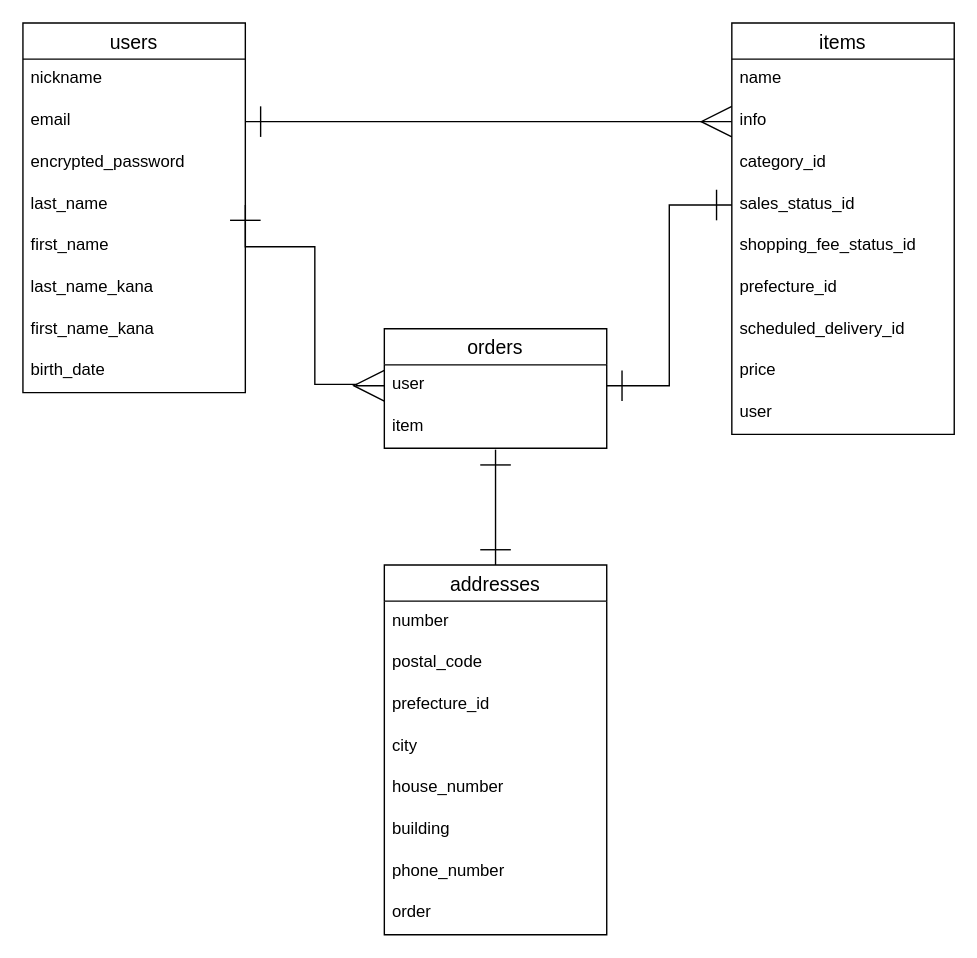
This is furima-32459.dio from kazuki0925/furima-32459, a draw.io file, before an edit. Source tidied: cells renumbered, new cells numbered last; positions are measured from the earlier drawing's top-left corner, leaving out a move shared by most shapes. Both pictures are drawn from the tidied source at 139%, with x=0, y=0 at pixel (22, 22).
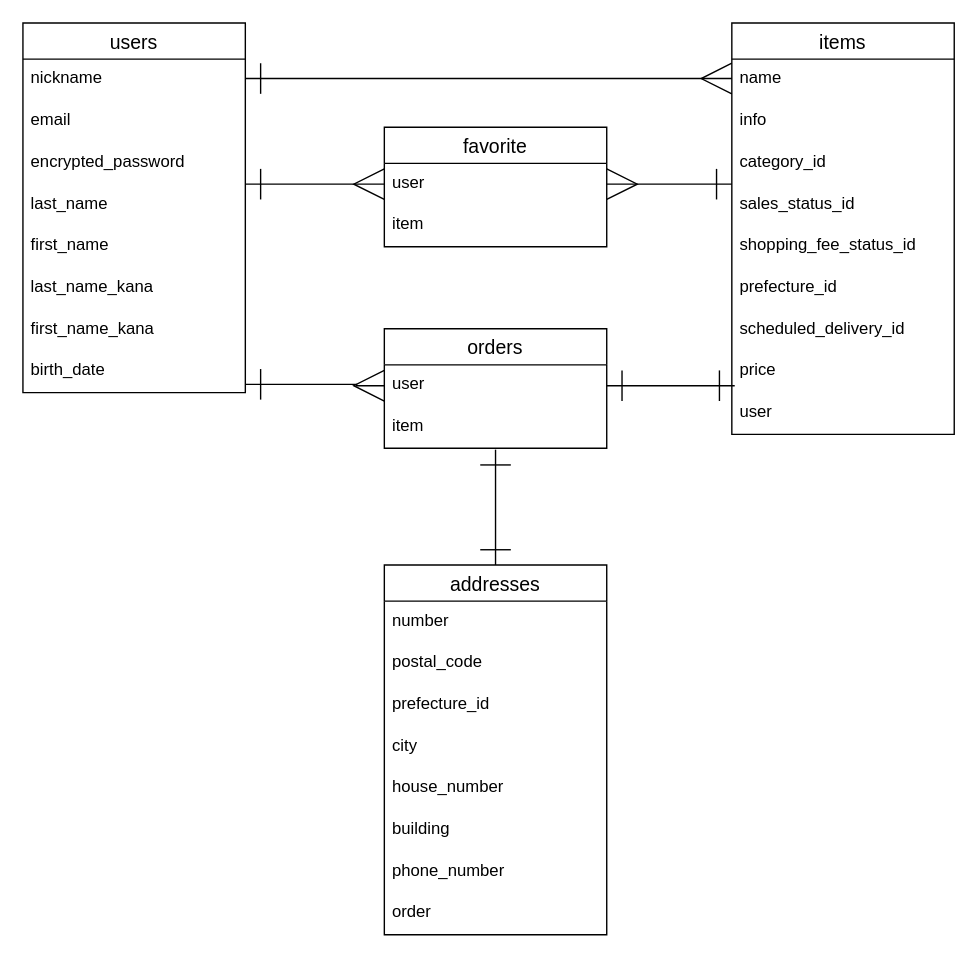
The same diagram, later.

The change refers to these unchanged cells:
```xml
<mxCell id="4" value="email" style="text;strokeColor=none;fillColor=none;spacingLeft=4;spacingRight=4;overflow=hidden;points=[[0,0.5],[1,0.5]];portConstraint=eastwest;fontSize=12;" parent="2" vertex="1">
  <mxGeometry y="56" width="160" height="30" as="geometry" />
</mxCell>
<mxCell id="6" value="last_name" style="text;strokeColor=none;fillColor=none;spacingLeft=4;spacingRight=4;overflow=hidden;points=[[0,0.5],[1,0.5]];portConstraint=eastwest;fontSize=12;" parent="2" vertex="1">
  <mxGeometry y="116" width="160" height="30" as="geometry" />
</mxCell>
<mxCell id="15" value="sales_status_id" style="text;strokeColor=none;fillColor=none;spacingLeft=4;spacingRight=4;overflow=hidden;points=[[0,0.5],[1,0.5]];portConstraint=eastwest;fontSize=12;" parent="11" vertex="1">
  <mxGeometry y="116" width="160" height="30" as="geometry" />
</mxCell>
<mxCell id="20" value="user" style="text;strokeColor=none;fillColor=none;spacingLeft=4;spacingRight=4;overflow=hidden;points=[[0,0.5],[1,0.5]];portConstraint=eastwest;fontSize=12;" parent="11" vertex="1">
  <mxGeometry y="266" width="160" height="30" as="geometry" />
</mxCell>
<mxCell id="33" value="user" style="text;strokeColor=none;fillColor=none;spacingLeft=4;spacingRight=4;overflow=hidden;points=[[0,0.5],[1,0.5]];portConstraint=eastwest;fontSize=12;" parent="32" vertex="1">
  <mxGeometry y="26" width="160" height="30" as="geometry" />
</mxCell>
```

Diff of the diagram source:
```diff
@@
-    <mxCell id="31" style="edgeStyle=orthogonalEdgeStyle;rounded=0;jettySize=auto;html=1;startArrow=ERmany;startFill=0;startSize=20;endArrow=ERone;endFill=0;endSize=20;strokeWidth=1;entryX=1;entryY=0.5;entryDx=0;entryDy=0;exitX=0;exitY=0.5;exitDx=0;exitDy=0;" parent="1" edge="1" source="33" target="6">
+    <mxCell id="31" style="edgeStyle=orthogonalEdgeStyle;rounded=0;jettySize=auto;html=1;startArrow=ERmany;startFill=0;startSize=20;endArrow=ERone;endFill=0;endSize=20;strokeWidth=1;exitX=0;exitY=0.5;exitDx=0;exitDy=0;" parent="1" edge="1" source="33">
       <mxGeometry relative="1" as="geometry">
+        <mxPoint x="160" y="260" as="targetPoint" />
         <Array as="points">
           <mxPoint x="240" y="261" />
           <mxPoint x="240" y="260" />
-          <mxPoint x="210" y="260" />
-          <mxPoint x="210" y="161" />
+          <mxPoint x="160" y="260" />
         </Array>
       </mxGeometry>
     </mxCell>
@@
-    <mxCell id="35" style="edgeStyle=orthogonalEdgeStyle;rounded=0;jettySize=auto;html=1;exitX=1;exitY=0.5;exitDx=0;exitDy=0;entryX=0;entryY=0.5;entryDx=0;entryDy=0;endArrow=ERmany;endFill=0;strokeWidth=1;endSize=20;startArrow=ERone;startFill=0;startSize=20;" parent="1" edge="1" source="4">
+    <mxCell id="35" style="edgeStyle=orthogonalEdgeStyle;rounded=0;orthogonalLoop=1;jettySize=auto;html=1;endArrow=ERmany;endFill=0;strokeWidth=1;endSize=20;startArrow=ERone;startFill=0;startSize=20;" parent="1" edge="1">
       <mxGeometry relative="1" as="geometry">
-        <mxPoint x="510" y="71" as="targetPoint" />
+        <mxPoint x="160" y="40" as="sourcePoint" />
+        <mxPoint x="510" y="40" as="targetPoint" />
+        <Array as="points">
+          <mxPoint x="160" y="40" />
+          <mxPoint x="510" y="40" />
+        </Array>
       </mxGeometry>
     </mxCell>
-    <mxCell id="36" style="edgeStyle=orthogonalEdgeStyle;rounded=0;jettySize=auto;html=1;exitX=1;exitY=0.5;exitDx=0;exitDy=0;entryX=0;entryY=0.5;entryDx=0;entryDy=0;startArrow=ERone;startFill=0;startSize=20;endArrow=ERone;endFill=0;endSize=20;strokeWidth=1;" parent="1" edge="1" source="33" target="15">
+    <mxCell id="36" style="edgeStyle=orthogonalEdgeStyle;rounded=0;jettySize=auto;html=1;exitX=1;exitY=0.5;exitDx=0;exitDy=0;entryX=0.013;entryY=-0.167;entryDx=0;entryDy=0;startArrow=ERone;startFill=0;startSize=20;endArrow=ERone;endFill=0;endSize=20;strokeWidth=1;entryPerimeter=0;" parent="1" edge="1" source="33" target="20">
       <mxGeometry relative="1" as="geometry" />
     </mxCell>
+    <mxCell id="37" value="favorite" style="swimlane;fontStyle=0;horizontal=1;startSize=26;align=center;fontSize=14;" parent="1" vertex="1">
+      <mxGeometry x="260" y="75" width="160" height="86" as="geometry" />
+    </mxCell>
+    <mxCell id="38" value="user" style="text;strokeColor=none;fillColor=none;spacingLeft=4;spacingRight=4;overflow=hidden;points=[[0,0.5],[1,0.5]];portConstraint=eastwest;fontSize=12;" parent="37" vertex="1">
+      <mxGeometry y="26" width="160" height="30" as="geometry" />
+    </mxCell>
+    <mxCell id="39" value="item" style="text;strokeColor=none;fillColor=none;spacingLeft=4;spacingRight=4;overflow=hidden;fontSize=12;" parent="37" vertex="1">
+      <mxGeometry y="56" width="160" height="30" as="geometry" />
+    </mxCell>
+    <mxCell id="40" style="edgeStyle=orthogonalEdgeStyle;rounded=0;jettySize=auto;html=1;entryX=0;entryY=0.5;entryDx=0;entryDy=0;endArrow=ERmany;endFill=0;endSize=20;startArrow=ERone;startFill=0;startSize=20;" parent="1" edge="1" target="38">
+      <mxGeometry relative="1" as="geometry">
+        <mxPoint x="160" y="116" as="sourcePoint" />
+        <Array as="points">
+          <mxPoint x="160" y="116" />
+        </Array>
+      </mxGeometry>
+    </mxCell>
+    <mxCell id="41" style="edgeStyle=orthogonalEdgeStyle;rounded=0;jettySize=auto;html=1;entryX=1;entryY=0.5;entryDx=0;entryDy=0;startArrow=ERone;startFill=0;startSize=20;endArrow=ERmany;endFill=0;endSize=20;" parent="1" edge="1" target="38">
+      <mxGeometry relative="1" as="geometry">
+        <mxPoint x="510" y="116" as="sourcePoint" />
+        <Array as="points">
+          <mxPoint x="510" y="116" />
+        </Array>
+      </mxGeometry>
+    </mxCell>
```
